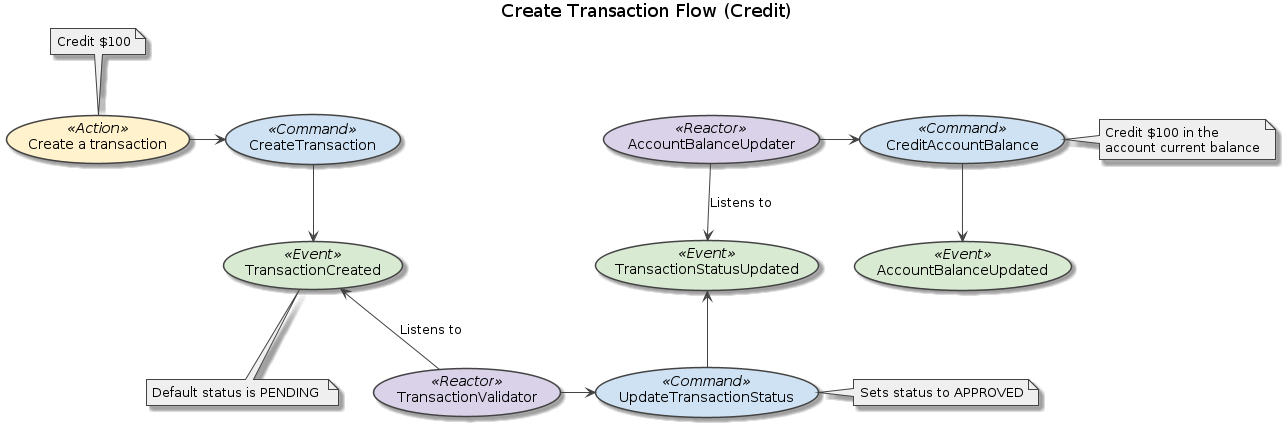
This is docs/rendered-flow_create_transaction.png from wcalderipe/ma-banque, a PlantUML export, as it was before one commit.
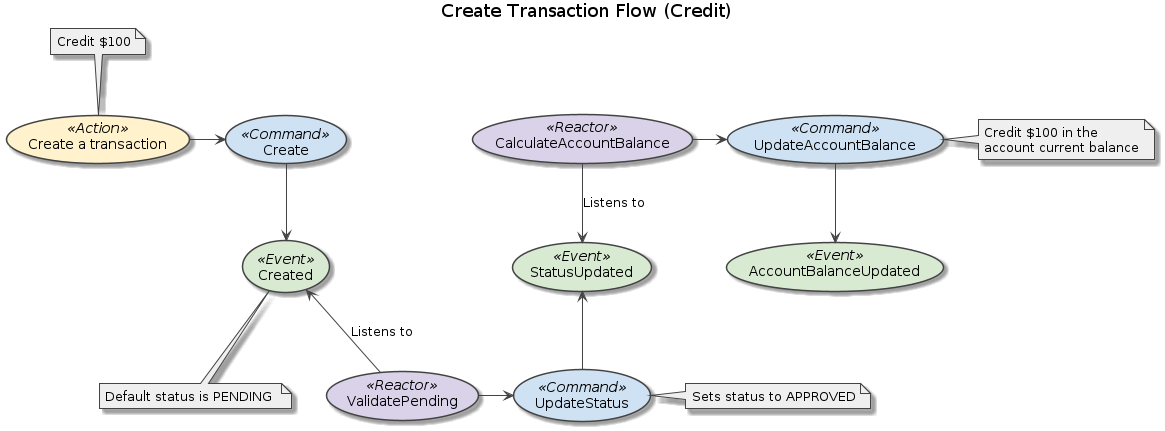
After the commit.

What changed in the source:
```diff
@@ -21,37 +21,37 @@
 title Create Transaction Flow (Credit)
 
 (Create a transaction) << Action >>
-(CreateTransaction) << Command >>
-(TransactionCreated) << Event >>
-(TransactionValidator) << Reactor >>
-(UpdateTransactionStatus) << Command >>
-(TransactionStatusUpdated) << Event >>
-(AccountBalanceUpdater) << Reactor >>
-(CreditAccountBalance) << Command >>
+(Create) << Command >>
+(Created) << Event >>
+(ValidatePending) << Reactor >>
+(UpdateStatus) << Command >>
+(StatusUpdated) << Event >>
+(CalculateAccountBalance) << Reactor >>
+(UpdateAccountBalance) << Command >>
 (AccountBalanceUpdated) << Event >>
 
-(Create a transaction) -> (CreateTransaction)
+(Create a transaction) -> (Create)
 note top of (Create a transaction)
     Credit $100
 end note
 
-(CreateTransaction) --> (TransactionCreated)
-note bottom of (TransactionCreated)
+(Create) --> (Created)
+note bottom of (Created)
     Default status is PENDING
 end note
-(TransactionCreated) <-- (TransactionValidator) : Listens to
-(TransactionValidator) -> (UpdateTransactionStatus)
-(TransactionStatusUpdated) <-- (UpdateTransactionStatus)
-note right of (UpdateTransactionStatus)
+(Created) <-- (ValidatePending) : Listens to
+(ValidatePending) -> (UpdateStatus)
+(StatusUpdated) <-- (UpdateStatus)
+note right of (UpdateStatus)
     Sets status to APPROVED
 end note
 
-(AccountBalanceUpdater) --> (TransactionStatusUpdated) : Listens to
-(AccountBalanceUpdater) -> (CreditAccountBalance)
-note right of (CreditAccountBalance)
+(CalculateAccountBalance) --> (StatusUpdated) : Listens to
+(CalculateAccountBalance) -> (UpdateAccountBalance)
+note right of (UpdateAccountBalance)
     Credit $100 in the
     account current balance
 end note
-(CreditAccountBalance) --> (AccountBalanceUpdated)
+(UpdateAccountBalance) --> (AccountBalanceUpdated)
 
 @enduml
```
